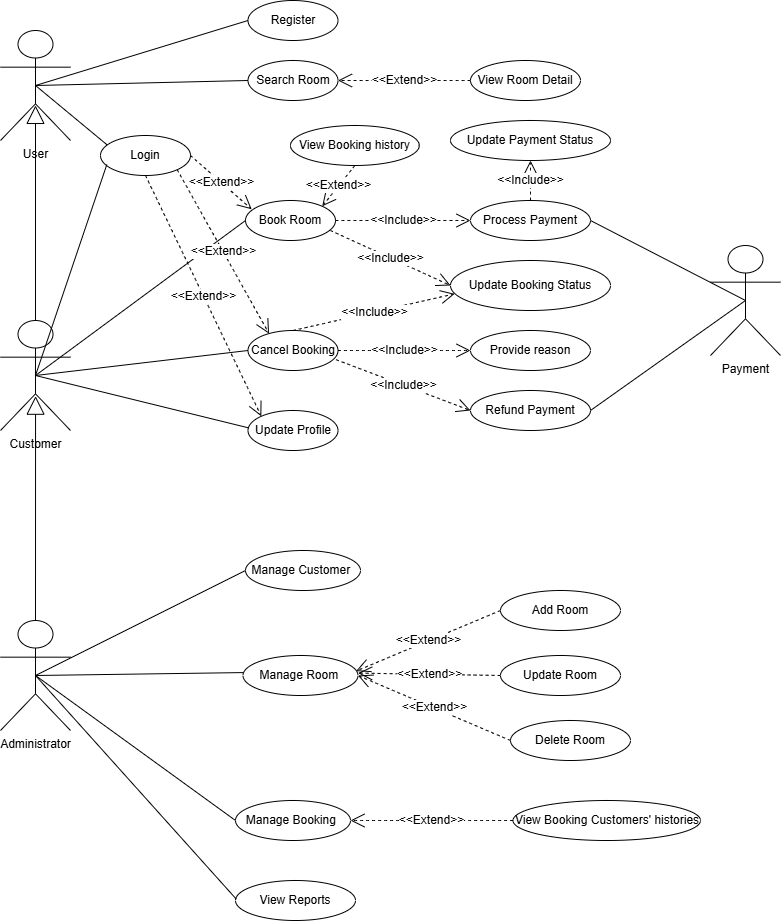
This is Group 11-Q.Trang.drawio.png from hoaipv3120-blip/project-of-group-11, a draw.io export, as it was before one commit. Source tidied: cells renumbered, new cells last; positions are measured from the earlier drawing's top-left corner, leaving out a move shared by most shapes.
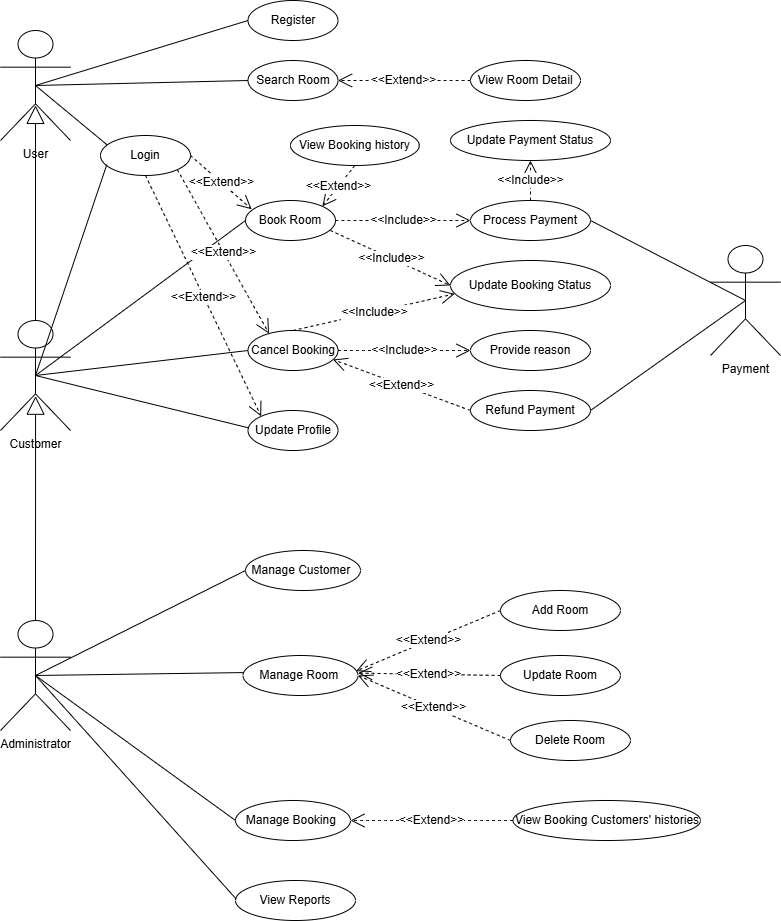
Above is the later version.

What changed in the source:
```diff
@@ -140,9 +140,6 @@
     <mxCell id="47" value="&amp;lt;&amp;lt;Include&amp;gt;&amp;gt;" style="endArrow=open;endSize=12;dashed=1;html=1;rounded=0;fontSize=12;curved=1;entryX=0;entryY=0.5;entryDx=0;entryDy=0;exitX=0.944;exitY=0.75;exitDx=0;exitDy=0;exitPerimeter=0;" parent="1" edge="1" source="11" target="45">
       <mxGeometry relative="1" as="geometry" />
     </mxCell>
-    <mxCell id="48" value="&amp;lt;&amp;lt;Include&amp;gt;&amp;gt;" style="endArrow=open;endSize=12;dashed=1;html=1;rounded=0;fontSize=12;curved=1;entryX=0;entryY=0.5;entryDx=0;entryDy=0;exitX=0.979;exitY=0.73;exitDx=0;exitDy=0;exitPerimeter=0;" parent="1" edge="1" source="12" target="33">
-      <mxGeometry relative="1" as="geometry" />
-    </mxCell>
     <mxCell id="49" value="&amp;lt;&amp;lt;Include&amp;gt;&amp;gt;" style="endArrow=open;endSize=12;dashed=1;html=1;rounded=0;fontSize=12;curved=1;entryX=0.5;entryY=1;entryDx=0;entryDy=0;exitX=0.5;exitY=0;exitDx=0;exitDy=0;" parent="1" edge="1" source="32" target="39">
       <mxGeometry relative="1" as="geometry" />
     </mxCell>
@@ -167,5 +164,8 @@
     <mxCell id="56" value="&amp;lt;&amp;lt;Extend&amp;gt;&amp;gt;" style="endArrow=open;endSize=12;dashed=1;html=1;rounded=0;fontSize=12;curved=1;exitX=0.5;exitY=1;exitDx=0;exitDy=0;entryX=1;entryY=0;entryDx=0;entryDy=0;" parent="1" edge="1" source="55" target="11">
       <mxGeometry relative="1" as="geometry" />
     </mxCell>
+    <mxCell id="57" value="&amp;lt;&amp;lt;Extend&amp;gt;&amp;gt;" style="endArrow=open;endSize=12;dashed=1;html=1;rounded=0;fontSize=12;curved=1;entryX=0.945;entryY=0.726;entryDx=0;entryDy=0;entryPerimeter=0;exitX=0;exitY=0.5;exitDx=0;exitDy=0;" parent="1" edge="1" source="33" target="12">
+      <mxGeometry relative="1" as="geometry" />
+    </mxCell>
   </root>
 </mxGraphModel>
```
